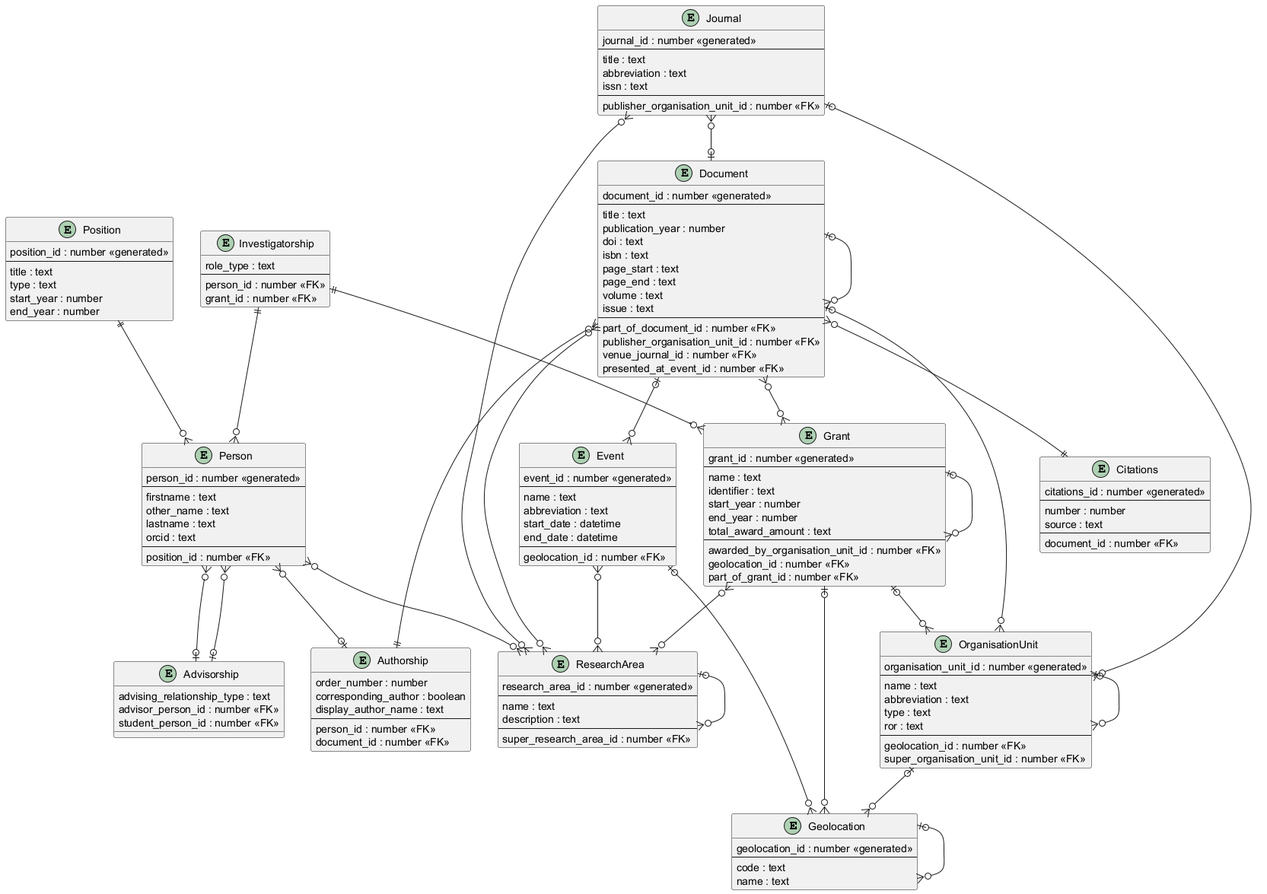
Before: diagrams/vivo.png, a diagram exported from PlantUML (chenejac/VIVO-RDBMS).
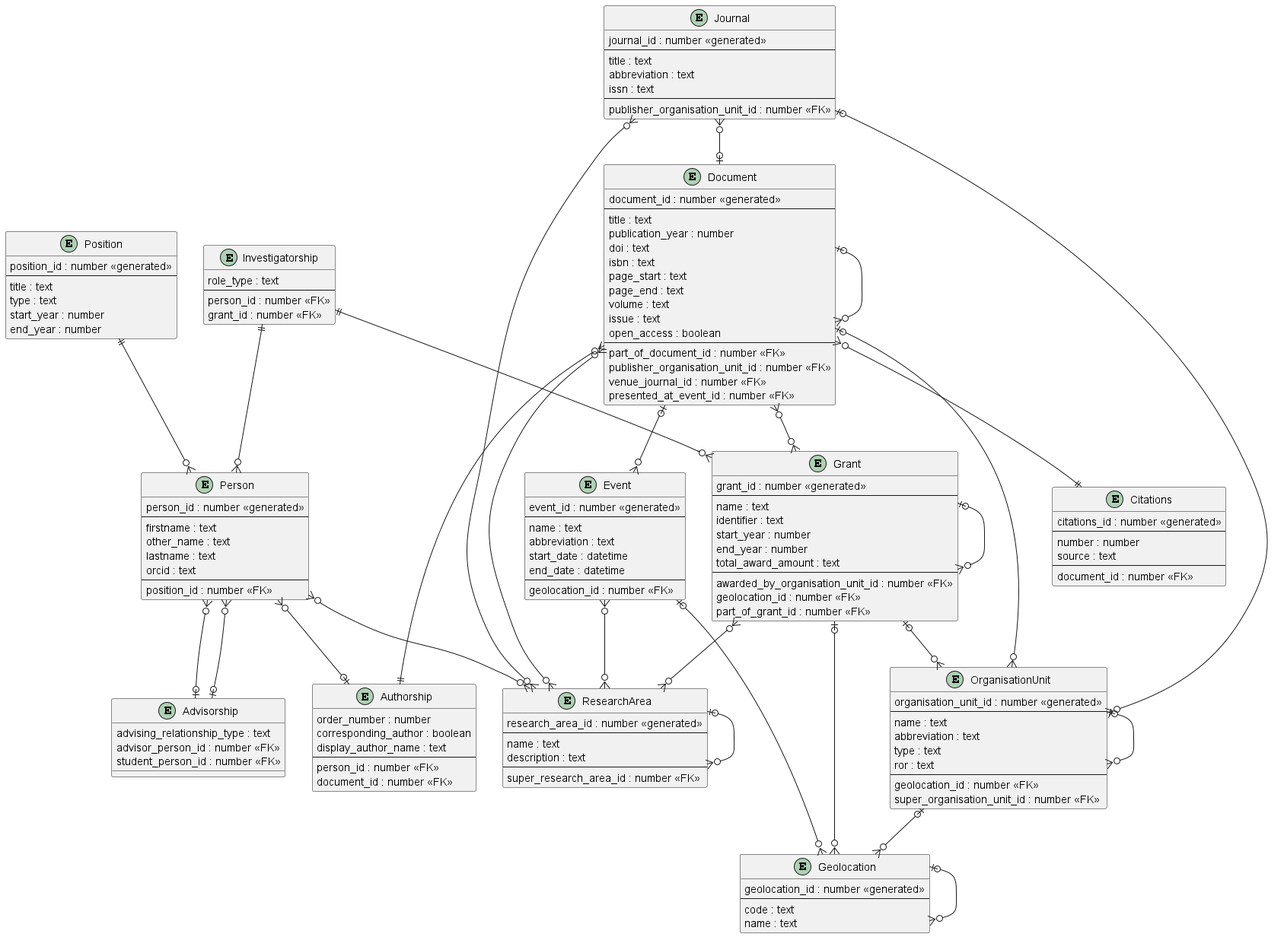
Above is the later version.

Commit message:
Add open access flag in the Document entity

Diff of the diagram source:
```diff
@@ -80,6 +80,7 @@
     page_end : text
     volume : text
     issue : text
+	open_access : boolean
     --
     part_of_document_id : number <<FK>>
     publisher_organisation_unit_id : number <<FK>>
```
